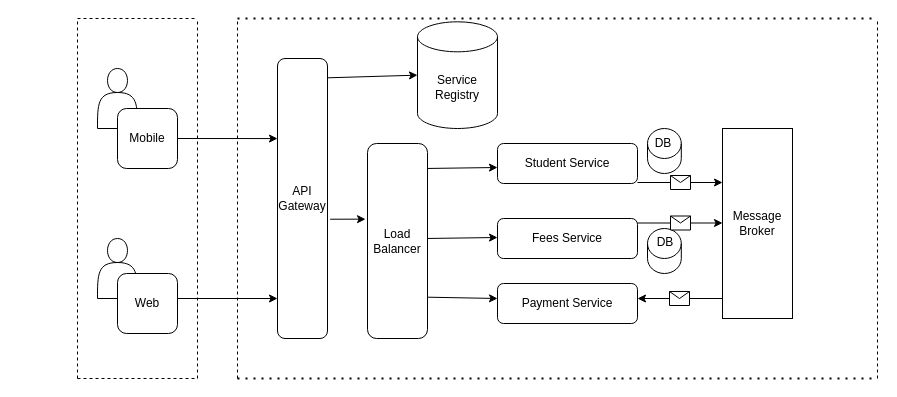
Before: Assignment2.drawio in dj-lapani/student-high-level-design, a draw.io diagram. Source tidied: cells renumbered, new cells numbered last; positions are measured from the earlier drawing's top-left corner, leaving out a move shared by most shapes. Both pictures are drawn from the tidied source at 100%, with x=0, y=0 at pixel (77, 18).
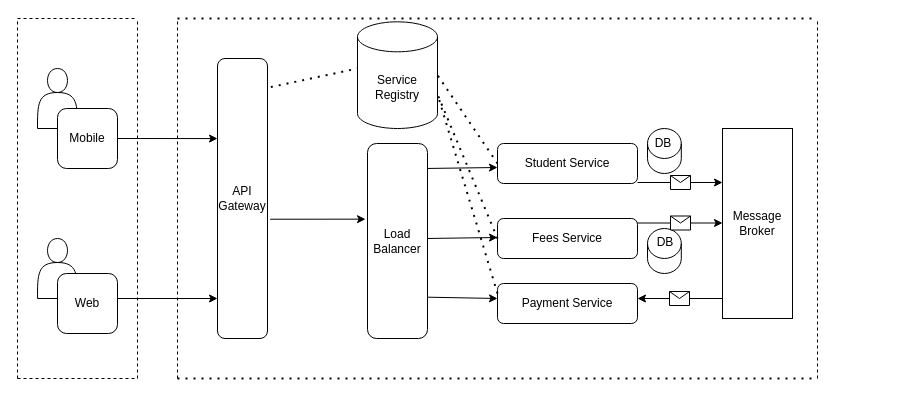
After the change.

Unchanged cells that the change refers to:
```xml
<mxCell id="11" value="Fees Service" style="rounded=1;whiteSpace=wrap;html=1;" parent="1" vertex="1">
  <mxGeometry x="420" y="200" width="140" height="40" as="geometry" />
</mxCell>
<mxCell id="12" value="Payment Service" style="rounded=1;whiteSpace=wrap;html=1;" parent="1" vertex="1">
  <mxGeometry x="420" y="265" width="140" height="40" as="geometry" />
</mxCell>
<mxCell id="15" value="Student Service" style="rounded=1;whiteSpace=wrap;html=1;" parent="1" vertex="1">
  <mxGeometry x="420" y="125" width="140" height="40" as="geometry" />
</mxCell>
```

What changed in the source:
```diff
@@
     <mxCell id="2" style="endArrow=none;dashed=1;html=1;rounded=0;" parent="1" edge="1">
       <mxGeometry relative="1" as="geometry">
-        <mxPoint as="sourcePoint" />
-        <mxPoint x="120" as="targetPoint" />
+        <mxPoint x="-60" as="sourcePoint" />
+        <mxPoint x="60" as="targetPoint" />
       </mxGeometry>
     </mxCell>
     <mxCell id="3" style="endArrow=none;dashed=1;html=1;rounded=0;" parent="1" edge="1">
       <mxGeometry relative="1" as="geometry">
-        <mxPoint y="360" as="sourcePoint" />
-        <mxPoint as="targetPoint" />
+        <mxPoint x="-60" y="360" as="sourcePoint" />
+        <mxPoint x="-60" as="targetPoint" />
       </mxGeometry>
     </mxCell>
     <mxCell id="4" style="endArrow=none;dashed=1;html=1;rounded=0;" parent="1" edge="1">
       <mxGeometry relative="1" as="geometry">
-        <mxPoint x="120" y="360" as="sourcePoint" />
-        <mxPoint x="120" as="targetPoint" />
+        <mxPoint x="60" y="360" as="sourcePoint" />
+        <mxPoint x="60" as="targetPoint" />
       </mxGeometry>
     </mxCell>
     <mxCell id="5" style="endArrow=none;dashed=1;html=1;rounded=0;" parent="1" edge="1">
       <mxGeometry relative="1" as="geometry">
-        <mxPoint y="360" as="sourcePoint" />
-        <mxPoint x="120" y="360" as="targetPoint" />
+        <mxPoint x="-60" y="360" as="sourcePoint" />
+        <mxPoint x="60" y="360" as="targetPoint" />
       </mxGeometry>
     </mxCell>
     <mxCell id="6" style="endArrow=none;dashed=1;html=1;rounded=0;" parent="1" edge="1">
       <mxGeometry relative="1" as="geometry">
-        <mxPoint x="160" y="360" as="sourcePoint" />
-        <mxPoint x="160" as="targetPoint" />
+        <mxPoint x="100" y="360" as="sourcePoint" />
+        <mxPoint x="100" as="targetPoint" />
       </mxGeometry>
     </mxCell>
     <mxCell id="7" style="endArrow=none;dashed=1;html=1;rounded=0;" parent="1" edge="1">
       <mxGeometry relative="1" as="geometry">
-        <mxPoint x="800" y="360" as="sourcePoint" />
-        <mxPoint x="800" as="targetPoint" />
+        <mxPoint x="740" y="360" as="sourcePoint" />
+        <mxPoint x="740" as="targetPoint" />
       </mxGeometry>
     </mxCell>
     <mxCell id="8" style="endArrow=none;dashed=1;html=1;dashPattern=1 3;strokeWidth=2;rounded=0;" parent="1" edge="1">
       <mxGeometry relative="1" as="geometry">
-        <mxPoint x="160" as="sourcePoint" />
-        <mxPoint x="800" as="targetPoint" />
+        <mxPoint x="100" as="sourcePoint" />
+        <mxPoint x="740" as="targetPoint" />
       </mxGeometry>
     </mxCell>
     <mxCell id="9" style="endArrow=none;dashed=1;html=1;dashPattern=1 3;strokeWidth=2;rounded=0;" parent="1" edge="1">
       <mxGeometry relative="1" as="geometry">
-        <mxPoint x="160" y="360" as="sourcePoint" />
-        <mxPoint x="800" y="360" as="targetPoint" />
+        <mxPoint x="100" y="360" as="sourcePoint" />
+        <mxPoint x="740" y="360" as="targetPoint" />
       </mxGeometry>
     </mxCell>
     <mxCell id="10" value="API Gateway" style="rounded=1;whiteSpace=wrap;html=1;" parent="1" vertex="1">
-      <mxGeometry x="200" y="40" width="50" height="280" as="geometry" />
+      <mxGeometry x="140" y="40" width="50" height="280" as="geometry" />
     </mxCell>
@@
     <mxCell id="19" style="shape=actor;whiteSpace=wrap;html=1;" parent="1" vertex="1">
-      <mxGeometry x="20" y="50" width="40" height="60" as="geometry" />
+      <mxGeometry x="-40" y="50" width="40" height="60" as="geometry" />
     </mxCell>
     <mxCell id="20" value="Mobile" style="rounded=1;whiteSpace=wrap;html=1;" parent="1" vertex="1">
-      <mxGeometry x="40" y="90" width="60" height="60" as="geometry" />
+      <mxGeometry x="-20" y="90" width="60" height="60" as="geometry" />
     </mxCell>
     <mxCell id="21" style="shape=actor;whiteSpace=wrap;html=1;" parent="1" vertex="1">
-      <mxGeometry x="20" y="220" width="40" height="60" as="geometry" />
+      <mxGeometry x="-40" y="220" width="40" height="60" as="geometry" />
     </mxCell>
     <mxCell id="22" value="Web" style="rounded=1;whiteSpace=wrap;html=1;" parent="1" vertex="1">
-      <mxGeometry x="40" y="255" width="60" height="60" as="geometry" />
+      <mxGeometry x="-20" y="255" width="60" height="60" as="geometry" />
     </mxCell>
@@
     <mxCell id="24" style="endArrow=classic;html=1;rounded=0;exitX=1;exitY=0.5;exitDx=0;exitDy=0;" parent="1" edge="1">
       <mxGeometry relative="1" as="geometry">
-        <mxPoint x="100" y="280" as="sourcePoint" />
-        <mxPoint x="200" y="280" as="targetPoint" />
+        <mxPoint x="40" y="280" as="sourcePoint" />
+        <mxPoint x="140" y="280" as="targetPoint" />
       </mxGeometry>
     </mxCell>
     <mxCell id="25" value="Service Registry" style="shape=cylinder3;whiteSpace=wrap;html=1;boundedLbl=1;backgroundOutline=1;size=15;" parent="1" vertex="1">
-      <mxGeometry x="340" y="3.3" width="80" height="106.7" as="geometry" />
+      <mxGeometry x="280" y="3.3" width="80" height="106.7" as="geometry" />
     </mxCell>
@@
-    <mxCell id="37" style="endArrow=classic;html=1;rounded=0;exitX=1;exitY=0.069;exitDx=0;exitDy=0;exitPerimeter=0;entryX=0;entryY=0.5;entryDx=0;entryDy=0;entryPerimeter=0;" parent="1" edge="1" source="10" target="25">
-      <mxGeometry relative="1" as="geometry" />
-    </mxCell>
+    <mxCell id="38" style="endArrow=none;dashed=1;html=1;dashPattern=1 3;strokeWidth=2;rounded=0;entryX=1;entryY=0;entryDx=0;entryDy=72.5025;entryPerimeter=0;exitX=0;exitY=0.25;exitDx=0;exitDy=0;" parent="1" edge="1" source="12" target="25">
+      <mxGeometry relative="1" as="geometry" />
+    </mxCell>
+    <mxCell id="39" style="endArrow=none;dashed=1;html=1;dashPattern=1 3;strokeWidth=2;rounded=0;exitX=0;exitY=0.5;exitDx=0;exitDy=0;entryX=1;entryY=0;entryDx=0;entryDy=72.5025;entryPerimeter=0;" parent="1" edge="1" source="11" target="25">
+      <mxGeometry relative="1" as="geometry" />
+    </mxCell>
+    <mxCell id="40" style="endArrow=none;dashed=1;html=1;dashPattern=1 3;strokeWidth=2;rounded=0;exitX=0;exitY=0.5;exitDx=0;exitDy=0;entryX=1;entryY=0.5;entryDx=0;entryDy=0;entryPerimeter=0;" parent="1" edge="1" source="15" target="25">
+      <mxGeometry relative="1" as="geometry" />
+    </mxCell>
+    <mxCell id="41" style="endArrow=none;dashed=1;html=1;dashPattern=1 3;strokeWidth=2;rounded=0;exitX=1.067;exitY=0.102;exitDx=0;exitDy=0;exitPerimeter=0;" parent="1" edge="1" source="10">
+      <mxGeometry relative="1" as="geometry">
+        <mxPoint x="280" y="50" as="targetPoint" />
+      </mxGeometry>
+    </mxCell>
```
